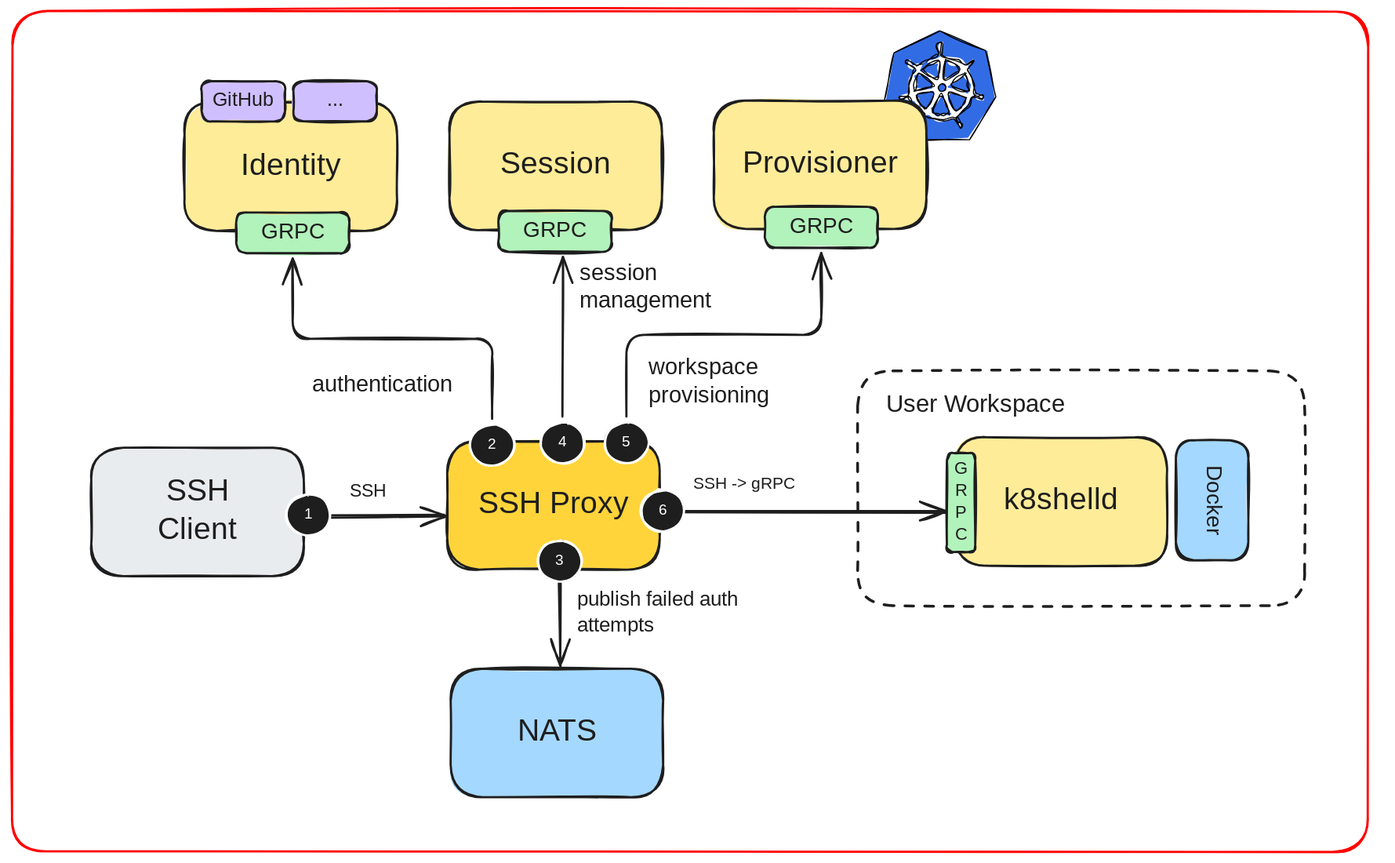
This is drawings/ssh-architecture.excalidraw.svg from k8shell-io/docs, a Excalidraw export, as it was before one commit. Source tidied: one line per element, renumbered; positions are measured from the earlier drawing's top-left corner, leaving out a move shared by most shapes.
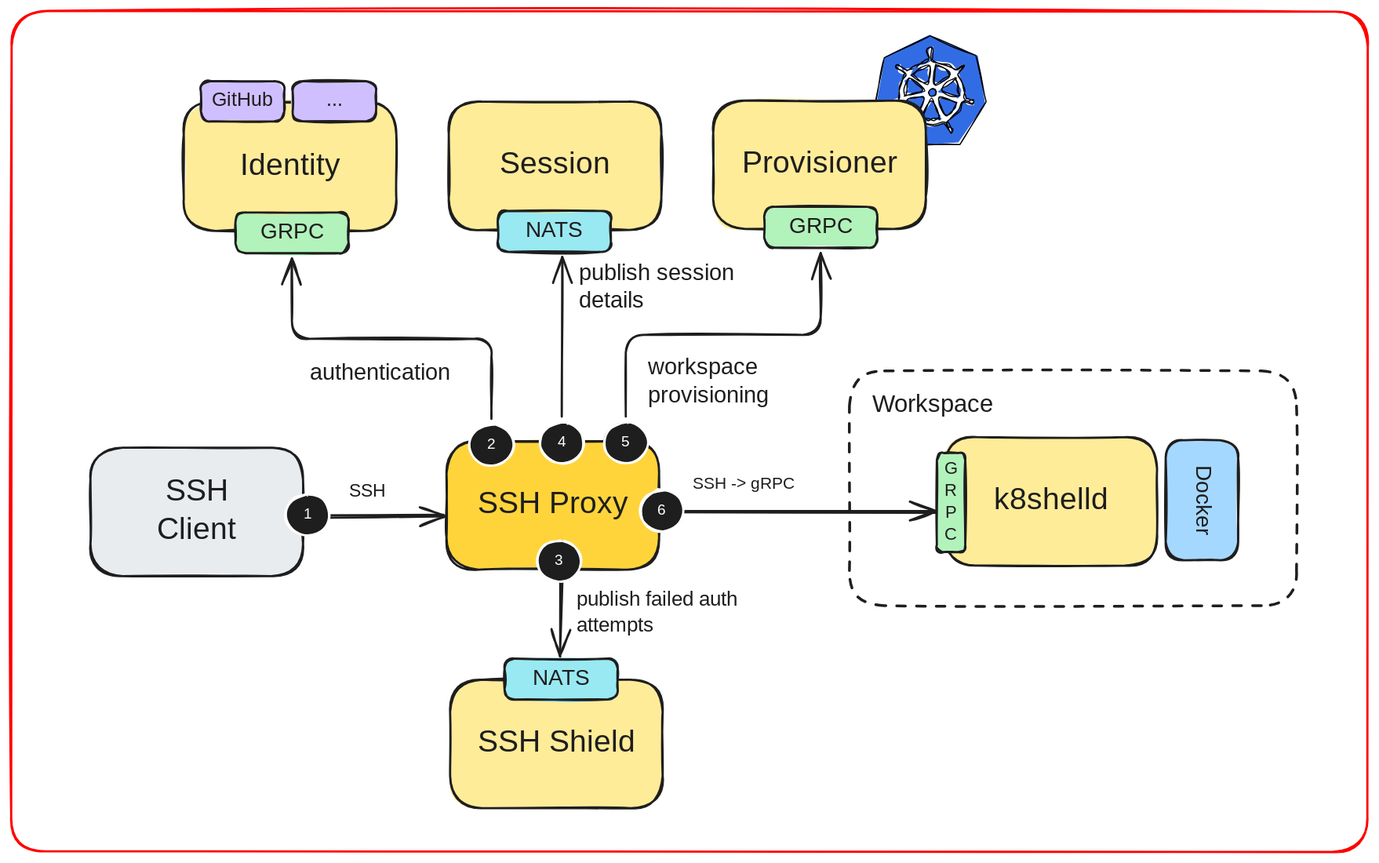
Above is the later version.

Commit message:
stream local nats

The edit, as a diff of the source:
```diff
@@ -1,5 +1,5 @@
-{"id": 0, "type": "rectangle", "strokeColor": "#1e1e1e", "backgroundColor": "#ffec99", "fillStyle": "solid", "strokeWidth": 2, "roughness": 1, "round": true, "x": 859, "y": 388, "width": 194, "height": 117}
+{"id": 0, "type": "rectangle", "strokeColor": "#1e1e1e", "backgroundColor": "#ffec99", "fillStyle": "solid", "strokeWidth": 2, "roughness": 1, "round": true, "x": 850, "y": 388, "width": 194, "height": 117}
-{"id": 1, "type": "text", "text": "k8shelld", "strokeColor": "#1e1e1e", "strokeWidth": 2, "roughness": 1, "fontSize": 28, "fontFamily": 5, "textAlign": "center", "verticalAlign": "middle", "inside": 0, "x": 908, "y": 429, "width": 95, "height": 35}
+{"id": 1, "type": "text", "text": "k8shelld", "strokeColor": "#1e1e1e", "strokeWidth": 2, "roughness": 1, "fontSize": 28, "fontFamily": 5, "textAlign": "center", "verticalAlign": "middle", "inside": 0, "x": 899, "y": 429, "width": 95, "height": 35}
-{"id": 2, "type": "rectangle", "strokeColor": "#1e1e1e", "backgroundColor": "#b2f2bb", "fillStyle": "solid", "strokeWidth": 2, "roughness": 1, "round": true, "x": 852, "y": 402, "width": 26, "height": 90}
+{"id": 2, "type": "rectangle", "strokeColor": "#1e1e1e", "backgroundColor": "#b2f2bb", "fillStyle": "solid", "strokeWidth": 2, "roughness": 1, "round": true, "x": 843, "y": 402, "width": 26, "height": 90}
-{"id": 3, "type": "text", "text": "G\nR\nP\nC", "strokeColor": "#1e1e1e", "strokeWidth": 2, "roughness": 1, "fontSize": 16, "fontFamily": 5, "textAlign": "center", "verticalAlign": "middle", "inside": 2, "x": 859, "y": 407, "width": 12, "height": 80}
+{"id": 3, "type": "text", "text": "G\nR\nP\nC", "strokeColor": "#1e1e1e", "strokeWidth": 2, "roughness": 1, "fontSize": 16.02, "fontFamily": 5, "textAlign": "center", "verticalAlign": "middle", "inside": 2, "x": 850, "y": 407, "width": 12, "height": 80}
 {"id": 4, "type": "rectangle", "strokeColor": "#1e1e1e", "backgroundColor": "#ffd43b", "fillStyle": "solid", "strokeWidth": 2, "roughness": 1, "round": true, "x": 396, "y": 391, "width": 194, "height": 117}
@@ -9,23 +9,23 @@
 {"id": 8, "type": "arrow", "strokeColor": "#1e1e1e", "backgroundColor": "#e9ecef", "fillStyle": "solid", "strokeWidth": 2, "roughness": 1, "endArrowhead": "arrow", "round": true, "from": 6, "to": 4, "x": 270, "y": 460, "width": 124, "height": 1, "points": [[0, 0], [124, -1]]}
-{"id": 9, "type": "arrow", "strokeColor": "#1e1e1e", "strokeWidth": 2, "roughness": 1, "endArrowhead": "arrow", "round": true, "from": 4, "to": 2, "x": 595, "y": 456, "width": 255, "height": 0, "points": [[0, 0], [255, 0]]}
+{"id": 9, "type": "arrow", "strokeColor": "#1e1e1e", "strokeWidth": 2, "roughness": 1, "endArrowhead": "arrow", "round": true, "from": 4, "to": 2, "x": 595, "y": 456, "width": 246, "height": 0, "points": [[0, 0], [246, 0]]}
-{"id": 10, "type": "line", "strokeColor": "#000000", "backgroundColor": "#326ce5", "fillStyle": "solid", "strokeWidth": 1, "roughness": 1, "x": 845, "y": 18, "width": 101, "height": 99, "points": [[0, 0], [-42, 20], [-51, 63], [-22, 99], [27, 99], [51, 60], [41, 18], [0, 0]]}
+{"id": 10, "type": "line", "strokeColor": "#000000", "backgroundColor": "#326ce5", "fillStyle": "solid", "strokeWidth": 1, "roughness": 1, "x": 837, "y": 22, "width": 101, "height": 99, "points": [[0, 0], [-42, 20], [-51, 63], [-22, 99], [27, 99], [51, 60], [41, 18], [0, 0]]}
-{"id": 11, "type": "line", "strokeColor": "#000000", "angle": 0.01, "backgroundColor": "#ffff", "fillStyle": "solid", "strokeWidth": 1, "roughness": 1, "round": true, "x": 837, "y": 42, "width": 76, "height": 76, "points": [[0, 0], [5, -2], [6, -5], [5, -12], [9, -13], [9, -4], [10, -2], [16, -1], [24, 2], [30, 6], [32, 6], [37, 2], [39, 3], [34, 8], [33, 10], [37, 17], [39, 24], [39, 32], [41, 34], [47, 34], [47, 37], [40, 36], [38, 36], [35, 43], [30, 48], [24, 53], [25, 55], [29, 62], [26, 63], [23, 56], [20, 55], [13, 57], [3, 56], [-4, 54], [-6, 55], [-9, 61], [-12, 60], [-8, 54], [-7, 52], [-12, 48], [-17, 41], [-19, 37], [-22, 37], [-28, 39], [-29, 36], [-22, 35], [-20, 33], [-20, 24], [-18, 17], [-15, 11], [-16, 9], [-23, 5], [-21, 3], [-16, 7], [-12, 8], [-7, 3], [0, 0]]}
+{"id": 11, "type": "line", "strokeColor": "#000000", "angle": 0.01, "backgroundColor": "#ffff", "fillStyle": "solid", "strokeWidth": 1, "roughness": 1, "round": true, "x": 829, "y": 47, "width": 76, "height": 76, "points": [[0, 0], [5, -2], [6, -5], [5, -12], [9, -13], [9, -4], [10, -2], [16, -1], [24, 2], [30, 6], [32, 6], [37, 2], [39, 3], [34, 8], [33, 10], [37, 17], [39, 24], [39, 32], [41, 34], [47, 34], [47, 37], [40, 36], [38, 36], [35, 43], [30, 48], [24, 53], [25, 55], [29, 62], [26, 63], [23, 56], [20, 55], [13, 57], [3, 56], [-4, 54], [-6, 55], [-9, 61], [-12, 60], [-8, 54], [-7, 52], [-12, 48], [-17, 41], [-19, 37], [-22, 37], [-28, 39], [-29, 36], [-22, 35], [-20, 33], [-20, 24], [-18, 17], [-15, 11], [-16, 9], [-23, 5], [-21, 3], [-16, 7], [-12, 8], [-7, 3], [0, 0]]}
-{"id": 12, "type": "line", "strokeColor": "#000000", "backgroundColor": "#326ce5", "fillStyle": "solid", "strokeWidth": 1, "roughness": 1, "round": true, "x": 829, "y": 53, "width": 15, "height": 15, "points": [[0, 0], [5, -4], [9, -7], [15, -8], [15, 0], [14, 8], [7, 4], [0, 0]]}
+{"id": 12, "type": "line", "strokeColor": "#000000", "backgroundColor": "#326ce5", "fillStyle": "solid", "strokeWidth": 1, "roughness": 1, "round": true, "x": 820, "y": 58, "width": 15, "height": 15, "points": [[0, 0], [5, -4], [9, -7], [15, -8], [15, 0], [14, 8], [7, 4], [0, 0]]}
-{"id": 13, "type": "line", "strokeColor": "#000000", "angle": 0.99, "backgroundColor": "#326ce5", "fillStyle": "solid", "strokeWidth": 1, "roughness": 1, "round": true, "x": 845, "y": 51, "width": 16, "height": 16, "points": [[0, 0], [5, -4], [9, -7], [14, -8], [16, 0], [15, 8], [7, 4], [0, 0]]}
+{"id": 13, "type": "line", "strokeColor": "#000000", "angle": 0.99, "backgroundColor": "#326ce5", "fillStyle": "solid", "strokeWidth": 1, "roughness": 1, "round": true, "x": 837, "y": 56, "width": 16, "height": 16, "points": [[0, 0], [5, -4], [9, -7], [14, -8], [16, 0], [15, 8], [7, 4], [0, 0]]}
-{"id": 14, "type": "line", "strokeColor": "#000000", "angle": 1.88, "backgroundColor": "#326ce5", "fillStyle": "solid", "strokeWidth": 1, "roughness": 1, "round": true, "x": 857, "y": 63, "width": 15, "height": 16, "points": [[0, 0], [5, -4], [9, -7], [15, -7], [15, 0], [14, 9], [7, 5], [0, 0]]}
+{"id": 14, "type": "line", "strokeColor": "#000000", "angle": 1.88, "backgroundColor": "#326ce5", "fillStyle": "solid", "strokeWidth": 1, "roughness": 1, "round": true, "x": 849, "y": 68, "width": 15, "height": 16, "points": [[0, 0], [5, -4], [9, -7], [15, -7], [15, 0], [14, 9], [7, 5], [0, 0]]}
-{"id": 15, "type": "line", "strokeColor": "#000000", "angle": 2.85, "backgroundColor": "#326ce5", "fillStyle": "solid", "strokeWidth": 1, "roughness": 1, "round": true, "x": 855, "y": 80, "width": 15, "height": 17, "points": [[0, 0], [3, -3], [8, -7], [13, -8], [15, 0], [14, 9], [7, 5], [0, 0]]}
+{"id": 15, "type": "line", "strokeColor": "#000000", "angle": 2.85, "backgroundColor": "#326ce5", "fillStyle": "solid", "strokeWidth": 1, "roughness": 1, "round": true, "x": 846, "y": 84, "width": 15, "height": 17, "points": [[0, 0], [3, -3], [8, -7], [13, -8], [15, 0], [14, 9], [7, 5], [0, 0]]}
-{"id": 16, "type": "line", "strokeColor": "#000000", "angle": 3.77, "backgroundColor": "#326ce5", "fillStyle": "solid", "strokeWidth": 1, "roughness": 1, "round": true, "x": 840, "y": 88, "width": 15, "height": 17, "points": [[0, 0], [4, -4], [9, -7], [14, -9], [15, 0], [15, 9], [7, 5], [0, 0]]}
+{"id": 16, "type": "line", "strokeColor": "#000000", "angle": 3.77, "backgroundColor": "#326ce5", "fillStyle": "solid", "strokeWidth": 1, "roughness": 1, "round": true, "x": 832, "y": 93, "width": 15, "height": 17, "points": [[0, 0], [4, -4], [9, -7], [14, -9], [15, 0], [15, 9], [7, 5], [0, 0]]}
-{"id": 17, "type": "line", "strokeColor": "#000000", "angle": 4.76, "backgroundColor": "#326ce5", "fillStyle": "solid", "strokeWidth": 1, "roughness": 1, "round": true, "x": 824, "y": 82, "width": 15, "height": 15, "points": [[0, 0], [3, -4], [8, -8], [12, -8], [15, -1], [15, 7], [7, 5], [0, 0]]}
+{"id": 17, "type": "line", "strokeColor": "#000000", "angle": 4.76, "backgroundColor": "#326ce5", "fillStyle": "solid", "strokeWidth": 1, "roughness": 1, "round": true, "x": 816, "y": 86, "width": 15, "height": 15, "points": [[0, 0], [3, -4], [8, -8], [12, -8], [15, -1], [15, 7], [7, 5], [0, 0]]}
-{"id": 18, "type": "line", "strokeColor": "#000000", "angle": 5.65, "backgroundColor": "#326ce5", "fillStyle": "solid", "strokeWidth": 1, "roughness": 1, "round": true, "x": 820, "y": 66, "width": 17, "height": 16, "points": [[0, 0], [3, -4], [8, -8], [12, -9], [15, -1], [17, 8], [8, 5], [0, 0]]}
+{"id": 18, "type": "line", "strokeColor": "#000000", "angle": 5.65, "backgroundColor": "#326ce5", "fillStyle": "solid", "strokeWidth": 1, "roughness": 1, "round": true, "x": 812, "y": 71, "width": 17, "height": 16, "points": [[0, 0], [3, -4], [8, -8], [12, -9], [15, -1], [17, 8], [8, 5], [0, 0]]}
-{"id": 19, "type": "ellipse", "strokeColor": "#000000", "backgroundColor": "#326ce5", "fillStyle": "solid", "strokeWidth": 1, "roughness": 1, "x": 844, "y": 66, "width": 7, "height": 7}
+{"id": 19, "type": "ellipse", "strokeColor": "#000000", "backgroundColor": "#326ce5", "fillStyle": "solid", "strokeWidth": 1, "roughness": 1, "x": 836, "y": 70, "width": 7, "height": 7}
 {"id": 20, "type": "text", "text": "SSH", "strokeColor": "#1e1e1e", "backgroundColor": "#ffd43b", "fillStyle": "solid", "strokeWidth": 2, "roughness": 1, "fontSize": 16.69, "fontFamily": 5, "x": 307, "y": 427, "width": 30, "height": 21}
 {"id": 21, "type": "text", "text": "SSH -> gRPC", "strokeColor": "#1e1e1e", "backgroundColor": "#ffd43b", "fillStyle": "solid", "strokeWidth": 2, "roughness": 1, "fontSize": 15.28, "fontFamily": 5, "x": 621, "y": 421, "width": 95, "height": 19}
-{"id": 22, "type": "rectangle", "strokeColor": "#1e1e1e", "strokeWidth": 2, "strokeStyle": "dashed", "roughness": 1, "round": true, "x": 770, "y": 327, "width": 407, "height": 214}
+{"id": 22, "type": "rectangle", "strokeColor": "#1e1e1e", "strokeWidth": 2, "strokeStyle": "dashed", "roughness": 1, "round": true, "x": 763, "y": 327, "width": 407, "height": 214}
-{"id": 23, "type": "text", "text": "User Workspace", "strokeColor": "#1e1e1e", "strokeWidth": 2, "strokeStyle": "dashed", "roughness": 1, "fontSize": 22.35, "fontFamily": 5, "x": 796, "y": 345, "width": 170, "height": 28}
+{"id": 23, "type": "text", "text": "Workspace", "strokeColor": "#1e1e1e", "strokeWidth": 2, "strokeStyle": "dashed", "roughness": 1, "fontSize": 22.38, "fontFamily": 5, "x": 784, "y": 345, "width": 112, "height": 28}
-{"id": 24, "type": "rectangle", "strokeColor": "#1e1e1e", "backgroundColor": "#a5d8ff", "fillStyle": "solid", "strokeWidth": 2, "roughness": 1, "round": true, "x": 399, "y": 599, "width": 194, "height": 117}
+{"id": 24, "type": "rectangle", "strokeColor": "#1e1e1e", "backgroundColor": "#ffec99", "fillStyle": "solid", "strokeWidth": 2, "roughness": 1, "round": true, "x": 400, "y": 609, "width": 194, "height": 117}
-{"id": 25, "type": "text", "text": "NATS", "strokeColor": "#1e1e1e", "strokeWidth": 2, "roughness": 1, "fontSize": 28, "fontFamily": 5, "textAlign": "center", "verticalAlign": "middle", "inside": 24, "x": 461, "y": 640, "width": 70, "height": 35}
+{"id": 25, "type": "text", "text": "SSH Shield", "strokeColor": "#1e1e1e", "strokeWidth": 2, "roughness": 1, "fontSize": 28, "fontFamily": 5, "textAlign": "center", "verticalAlign": "middle", "inside": 24, "x": 426, "y": 650, "width": 140, "height": 35}
-{"id": 26, "type": "arrow", "strokeColor": "#1e1e1e", "backgroundColor": "#ffec99", "fillStyle": "solid", "strokeWidth": 2, "roughness": 1, "endArrowhead": "arrow", "round": true, "from": 4, "to": 24, "x": 498, "y": 511, "width": 0, "height": 85, "points": [[0, 0], [0, 85]]}
+{"id": 26, "type": "arrow", "strokeColor": "#1e1e1e", "backgroundColor": "#ffec99", "fillStyle": "solid", "strokeWidth": 2, "roughness": 1, "endArrowhead": "arrow", "round": true, "from": 38, "to": 65, "x": 500, "y": 517, "width": 2, "height": 70, "points": [[0, 0], [-2, 70]]}
 {"id": 27, "type": "text", "text": "publish failed auth\nattempts", "strokeColor": "#1e1e1e", "backgroundColor": "#ffd43b", "fillStyle": "solid", "strokeWidth": 2, "roughness": 1, "fontSize": 18.93, "fontFamily": 5, "x": 515, "y": 525, "width": 169, "height": 47}
-{"id": 28, "type": "rectangle", "strokeColor": "#1e1e1e", "angle": 1.57, "backgroundColor": "#a5d8ff", "fillStyle": "solid", "strokeWidth": 2, "roughness": 1, "round": true, "x": 1039, "y": 412, "width": 109, "height": 66}
+{"id": 28, "type": "rectangle", "strokeColor": "#1e1e1e", "angle": 1.57, "backgroundColor": "#a5d8ff", "fillStyle": "solid", "strokeWidth": 2, "roughness": 1, "round": true, "x": 1030, "y": 412, "width": 109, "height": 66}
-{"id": 29, "type": "text", "text": "Docker", "strokeColor": "#1e1e1e", "angle": 1.57, "strokeWidth": 2, "roughness": 1, "fontSize": 20, "fontFamily": 5, "textAlign": "center", "verticalAlign": "middle", "inside": 28, "x": 1064, "y": 433, "width": 59, "height": 25}
+{"id": 29, "type": "text", "text": "Docker", "strokeColor": "#1e1e1e", "angle": 1.57, "strokeWidth": 2, "roughness": 1, "fontSize": 20, "fontFamily": 5, "textAlign": "center", "verticalAlign": "middle", "inside": 28, "x": 1055, "y": 433, "width": 59, "height": 25}
 {"id": 30, "type": "ellipse", "strokeColor": "#ffffff", "backgroundColor": "#1e1e1e", "fillStyle": "solid", "strokeWidth": 2, "roughness": 1, "round": true, "x": 250, "y": 440, "width": 40, "height": 38}
@@ -45,3 +45,3 @@
 {"id": 44, "type": "arrow", "strokeColor": "#1e1e1e", "backgroundColor": "#b2f2bb", "fillStyle": "solid", "strokeWidth": 2, "roughness": 1, "endArrowhead": "arrow", "from": 42, "to": 54, "x": 501, "y": 369, "width": 0, "height": 145, "points": [[0, 0], [0, -145]]}
-{"id": 45, "type": "text", "text": "session \nmanagement", "strokeColor": "#1e1e1e", "backgroundColor": "#ffd43b", "fillStyle": "solid", "strokeWidth": 2, "roughness": 1, "fontSize": 20.52, "fontFamily": 5, "x": 517, "y": 226, "width": 117, "height": 51}
+{"id": 45, "type": "text", "text": "publish session \ndetails", "strokeColor": "#1e1e1e", "backgroundColor": "#ffd43b", "fillStyle": "solid", "strokeWidth": 2, "roughness": 1, "fontSize": 20.52, "fontFamily": 5, "x": 517, "y": 226, "width": 155, "height": 51}
 {"id": 46, "type": "rectangle", "strokeColor": "#1e1e1e", "backgroundColor": "#ffec99", "fillStyle": "solid", "strokeWidth": 2, "roughness": 1, "round": true, "x": 157, "y": 83, "width": 194, "height": 117}
@@ -54,4 +54,4 @@
 {"id": 53, "type": "text", "text": "GRPC", "strokeColor": "#1e1e1e", "strokeWidth": 2, "roughness": 1, "fontSize": 19.84, "fontFamily": 5, "textAlign": "center", "verticalAlign": "middle", "inside": 52, "x": 227, "y": 189, "width": 56, "height": 25}
-{"id": 54, "type": "rectangle", "strokeColor": "#1e1e1e", "backgroundColor": "#b2f2bb", "fillStyle": "solid", "strokeWidth": 2, "roughness": 1, "round": true, "x": 443, "y": 182, "width": 103, "height": 37}
+{"id": 54, "type": "rectangle", "strokeColor": "#1e1e1e", "backgroundColor": "#99e9f2", "fillStyle": "solid", "strokeWidth": 2, "roughness": 1, "round": true, "x": 443, "y": 182, "width": 103, "height": 37}
-{"id": 55, "type": "text", "text": "GRPC", "strokeColor": "#1e1e1e", "strokeWidth": 2, "roughness": 1, "fontSize": 19.84, "fontFamily": 5, "textAlign": "center", "verticalAlign": "middle", "inside": 54, "x": 466, "y": 188, "width": 56, "height": 25}
+{"id": 55, "type": "text", "text": "NATS", "strokeColor": "#1e1e1e", "strokeWidth": 2, "roughness": 1, "fontSize": 19.84, "fontFamily": 5, "textAlign": "center", "verticalAlign": "middle", "inside": 54, "x": 468, "y": 188, "width": 54, "height": 25}
 {"id": 56, "type": "rectangle", "strokeColor": "#1e1e1e", "backgroundColor": "#b2f2bb", "fillStyle": "solid", "strokeWidth": 2, "roughness": 1, "round": true, "x": 686, "y": 178, "width": 103, "height": 37}
@@ -60,3 +60,3 @@
 {"id": 59, "type": "arrow", "strokeColor": "#1e1e1e", "backgroundColor": "#ffec99", "fillStyle": "solid", "strokeWidth": 2, "roughness": 1, "endArrowhead": "arrow", "from": 32, "to": 52, "x": 437, "y": 371, "width": 182, "height": 146, "points": [[0, 0], [0, -73], [-182, -73], [-182, -146]]}
-{"id": 60, "type": "text", "text": "authentication", "strokeColor": "#1e1e1e", "backgroundColor": "#ffd43b", "fillStyle": "solid", "strokeWidth": 2, "roughness": 1, "fontSize": 20.52, "fontFamily": 5, "x": 273, "y": 328, "width": 146, "height": 26}
+{"id": 60, "type": "text", "text": "authentication", "strokeColor": "#1e1e1e", "backgroundColor": "#ffd43b", "fillStyle": "solid", "strokeWidth": 2, "roughness": 1, "fontSize": 20.52, "fontFamily": 5, "x": 272, "y": 317, "width": 146, "height": 26}
 {"id": 61, "type": "rectangle", "strokeColor": "#1e1e1e", "backgroundColor": "#d0bfff", "fillStyle": "solid", "strokeWidth": 2, "roughness": 1, "round": true, "x": 173, "y": 63, "width": 76, "height": 37}
@@ -65,1 +65,3 @@
 {"id": 64, "type": "text", "text": "...", "strokeColor": "#1e1e1e", "strokeWidth": 2, "roughness": 1, "fontSize": 17.92, "fontFamily": 5, "textAlign": "center", "verticalAlign": "middle", "inside": 63, "x": 287, "y": 71, "width": 15, "height": 22}
+{"id": 65, "type": "rectangle", "strokeColor": "#1e1e1e", "backgroundColor": "#99e9f2", "fillStyle": "solid", "strokeWidth": 2, "roughness": 1, "round": true, "x": 449, "y": 589, "width": 103, "height": 37}
+{"id": 66, "type": "text", "text": "NATS", "strokeColor": "#1e1e1e", "strokeWidth": 2, "roughness": 1, "fontSize": 19.84, "fontFamily": 5, "textAlign": "center", "verticalAlign": "middle", "inside": 65, "x": 474, "y": 596, "width": 54, "height": 25}
```
